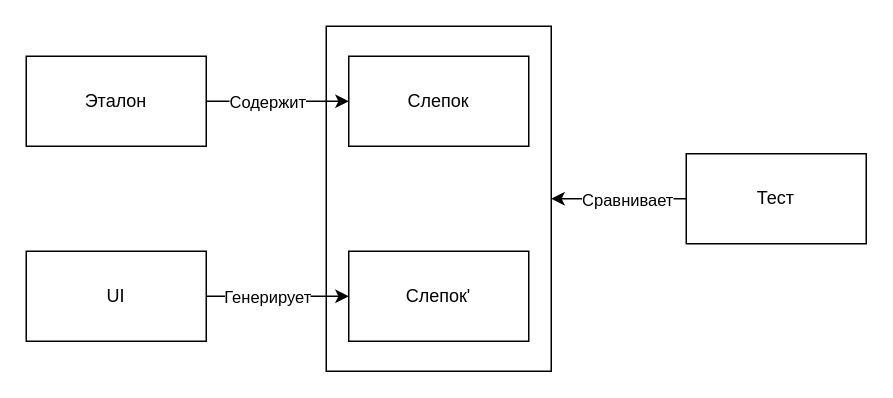
This is website/docs/specification/requirements/assets/testing.drawio from rkhaimov/storyshots, a draw.io file, before an edit. Source tidied: cells renumbered, new cells numbered last; positions are measured from the earlier drawing's top-left corner, leaving out a move shared by most shapes. Both pictures are drawn from the tidied source at 150%, with x=0, y=0 at pixel (26, 26).
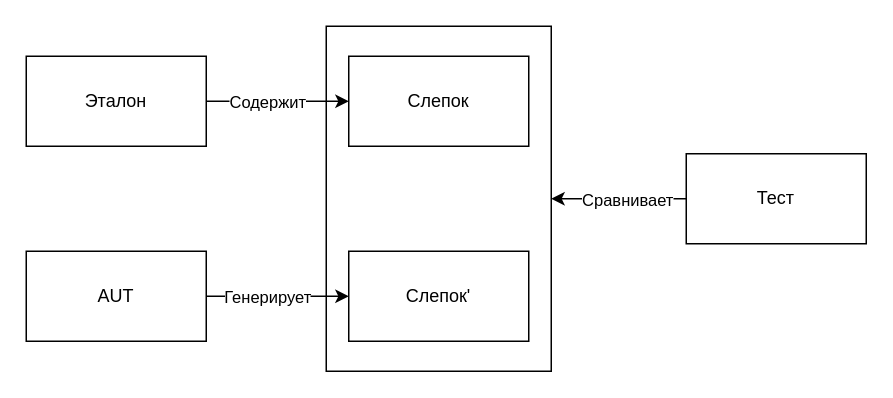
Above is the later version.

Diff of the diagram source:
```diff
@@
 <mxGraphModel>
   <root>
     <mxCell id="0" />
     <mxCell id="1" parent="0" />
     <mxCell id="2" style="rounded=0;whiteSpace=wrap;html=1;" parent="1" vertex="1">
       <mxGeometry x="200" width="150" height="230" as="geometry" />
     </mxCell>
     <mxCell id="3" value="Слепок" style="rounded=0;whiteSpace=wrap;html=1;" parent="1" vertex="1">
       <mxGeometry x="215" y="20" width="120" height="60" as="geometry" />
     </mxCell>
     <mxCell id="4" style="edgeStyle=orthogonalEdgeStyle;rounded=0;jettySize=auto;html=1;" parent="1" edge="1" source="6" target="7">
       <mxGeometry relative="1" as="geometry" />
     </mxCell>
     <mxCell id="5" value="Генерирует" style="edgeLabel;html=1;align=center;verticalAlign=middle;" parent="4" vertex="1">
       <mxGeometry x="0.08" relative="1" as="geometry">
         <mxPoint x="-11" as="offset" />
       </mxGeometry>
     </mxCell>
-    <mxCell id="6" value="UI" style="rounded=0;whiteSpace=wrap;html=1;" parent="1" vertex="1">
+    <mxCell id="6" value="AUT" style="rounded=0;whiteSpace=wrap;html=1;" parent="1" vertex="1">
       <mxGeometry y="150" width="120" height="60" as="geometry" />
     </mxCell>
     <mxCell id="7" value="Слепок'" style="rounded=0;whiteSpace=wrap;html=1;" parent="1" vertex="1">
       <mxGeometry x="215" y="150" width="120" height="60" as="geometry" />
     </mxCell>
     <mxCell id="8" style="edgeStyle=orthogonalEdgeStyle;rounded=0;jettySize=auto;html=1;entryX=1;entryY=0.5;entryDx=0;entryDy=0;" parent="1" edge="1" source="10" target="2">
       <mxGeometry relative="1" as="geometry" />
     </mxCell>
     <mxCell id="9" value="Сравнивает" style="edgeLabel;html=1;align=center;verticalAlign=middle;" parent="8" vertex="1">
       <mxGeometry x="-0.16" y="1" relative="1" as="geometry">
         <mxPoint x="-2" y="-1" as="offset" />
       </mxGeometry>
     </mxCell>
     <mxCell id="10" value="Тест" style="rounded=0;whiteSpace=wrap;html=1;" parent="1" vertex="1">
       <mxGeometry x="440" y="85" width="120" height="60" as="geometry" />
     </mxCell>
     <mxCell id="11" style="edgeStyle=orthogonalEdgeStyle;rounded=0;jettySize=auto;html=1;" parent="1" edge="1" source="13" target="3">
       <mxGeometry relative="1" as="geometry" />
     </mxCell>
     <mxCell id="12" value="Содержит" style="edgeLabel;html=1;align=center;verticalAlign=middle;" parent="11" vertex="1">
       <mxGeometry x="-0.3" relative="1" as="geometry">
         <mxPoint x="7" as="offset" />
       </mxGeometry>
     </mxCell>
     <mxCell id="13" value="Эталон" style="rounded=0;whiteSpace=wrap;html=1;" parent="1" vertex="1">
       <mxGeometry y="20" width="120" height="60" as="geometry" />
     </mxCell>
   </root>
 </mxGraphModel>
```
